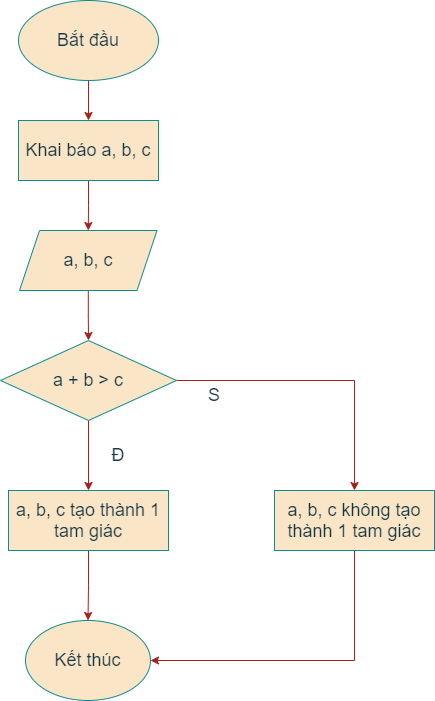
CorpseK/noobmaster69 keeps this draw.io diagram as lưu đồ bài 11.png. Above is the earlier version. Source tidied: cells renumbered, new cells last; positions are measured from the earlier drawing's top-left corner, leaving out a move shared by most shapes.
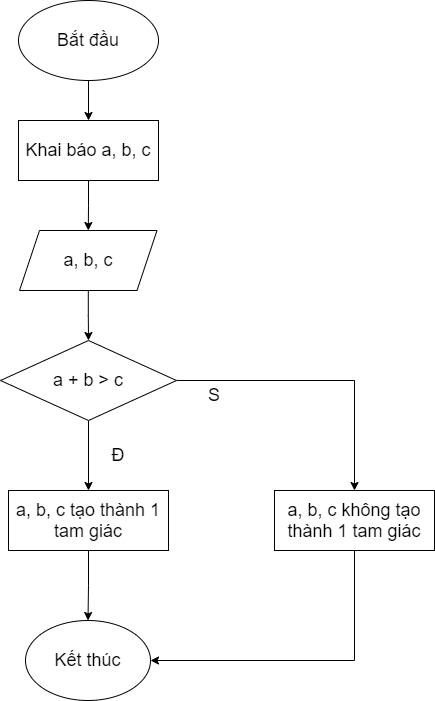
The same file after the commit.

Diff of the diagram source:
```diff
@@ -2,56 +2,56 @@
   <root>
     <mxCell id="0" />
     <mxCell id="1" parent="0" />
-    <mxCell id="2" style="edgeStyle=orthogonalEdgeStyle;rounded=0;jettySize=auto;html=1;fontSize=18;labelBackgroundColor=#DAD2D8;strokeColor=#A8201A;fontColor=#143642;" parent="1" edge="1" source="3" target="5">
+    <mxCell id="2" style="edgeStyle=orthogonalEdgeStyle;rounded=0;jettySize=auto;html=1;fontSize=18;" parent="1" edge="1" source="3" target="5">
       <mxGeometry relative="1" as="geometry" />
     </mxCell>
-    <mxCell id="3" value="&lt;font style=&quot;font-size: 18px&quot;&gt;Bắt đầu&lt;/font&gt;" style="ellipse;whiteSpace=wrap;html=1;fillColor=#FAE5C7;strokeColor=#0F8B8D;fontColor=#143642;" parent="1" vertex="1">
+    <mxCell id="3" value="&lt;font style=&quot;font-size: 18px&quot;&gt;Bắt đầu&lt;/font&gt;" style="ellipse;whiteSpace=wrap;html=1;" parent="1" vertex="1">
       <mxGeometry x="18" width="140" height="80" as="geometry" />
     </mxCell>
-    <mxCell id="4" style="edgeStyle=orthogonalEdgeStyle;rounded=0;jettySize=auto;html=1;fontSize=18;labelBackgroundColor=#DAD2D8;strokeColor=#A8201A;fontColor=#143642;" parent="1" edge="1" source="5" target="7">
+    <mxCell id="4" style="edgeStyle=orthogonalEdgeStyle;rounded=0;jettySize=auto;html=1;fontSize=18;" parent="1" edge="1" source="5" target="7">
       <mxGeometry relative="1" as="geometry" />
     </mxCell>
-    <mxCell id="5" value="Khai báo a, b, c" style="rounded=0;whiteSpace=wrap;html=1;fontSize=18;fillColor=#FAE5C7;strokeColor=#0F8B8D;fontColor=#143642;" parent="1" vertex="1">
+    <mxCell id="5" value="Khai báo a, b, c" style="rounded=0;whiteSpace=wrap;html=1;fontSize=18;" parent="1" vertex="1">
       <mxGeometry x="18" y="120" width="140" height="60" as="geometry" />
     </mxCell>
-    <mxCell id="6" style="edgeStyle=orthogonalEdgeStyle;rounded=0;jettySize=auto;html=1;fontSize=18;labelBackgroundColor=#DAD2D8;strokeColor=#A8201A;fontColor=#143642;" parent="1" edge="1" source="7" target="10">
+    <mxCell id="6" style="edgeStyle=orthogonalEdgeStyle;rounded=0;jettySize=auto;html=1;fontSize=18;" parent="1" edge="1" source="7" target="10">
       <mxGeometry relative="1" as="geometry" />
     </mxCell>
-    <mxCell id="7" value="a, b, c" style="shape=parallelogram;perimeter=parallelogramPerimeter;whiteSpace=wrap;html=1;fixedSize=1;fontSize=18;fillColor=#FAE5C7;strokeColor=#0F8B8D;fontColor=#143642;" parent="1" vertex="1">
+    <mxCell id="7" value="a, b, c" style="shape=parallelogram;perimeter=parallelogramPerimeter;whiteSpace=wrap;html=1;fixedSize=1;fontSize=18;" parent="1" vertex="1">
       <mxGeometry x="19" y="230" width="137.5" height="60" as="geometry" />
     </mxCell>
-    <mxCell id="8" style="edgeStyle=orthogonalEdgeStyle;rounded=0;jettySize=auto;html=1;fontSize=18;labelBackgroundColor=#DAD2D8;strokeColor=#A8201A;fontColor=#143642;" parent="1" edge="1" source="10" target="12">
+    <mxCell id="8" style="edgeStyle=orthogonalEdgeStyle;rounded=0;jettySize=auto;html=1;fontSize=18;" parent="1" edge="1" source="10" target="12">
       <mxGeometry relative="1" as="geometry" />
     </mxCell>
-    <mxCell id="9" style="edgeStyle=orthogonalEdgeStyle;rounded=0;jettySize=auto;html=1;entryX=0.5;entryY=0;entryDx=0;entryDy=0;fontSize=18;labelBackgroundColor=#DAD2D8;strokeColor=#A8201A;fontColor=#143642;" parent="1" edge="1" source="10" target="15">
+    <mxCell id="9" style="edgeStyle=orthogonalEdgeStyle;rounded=0;jettySize=auto;html=1;entryX=0.5;entryY=0;entryDx=0;entryDy=0;fontSize=18;" parent="1" edge="1" source="10" target="15">
       <mxGeometry relative="1" as="geometry" />
     </mxCell>
-    <mxCell id="10" value="a + b &amp;gt; c" style="rhombus;whiteSpace=wrap;html=1;fontSize=18;fillColor=#FAE5C7;strokeColor=#0F8B8D;fontColor=#143642;" parent="1" vertex="1">
+    <mxCell id="10" value="a + b &amp;gt; c" style="rhombus;whiteSpace=wrap;html=1;fontSize=18;" parent="1" vertex="1">
       <mxGeometry y="340" width="176" height="80" as="geometry" />
     </mxCell>
-    <mxCell id="11" style="edgeStyle=orthogonalEdgeStyle;rounded=0;jettySize=auto;html=1;entryX=0.5;entryY=0;entryDx=0;entryDy=0;fontSize=18;labelBackgroundColor=#DAD2D8;strokeColor=#A8201A;fontColor=#143642;" parent="1" edge="1" source="12" target="13">
+    <mxCell id="11" style="edgeStyle=orthogonalEdgeStyle;rounded=0;jettySize=auto;html=1;entryX=0.5;entryY=0;entryDx=0;entryDy=0;fontSize=18;" parent="1" edge="1" source="12" target="13">
       <mxGeometry relative="1" as="geometry" />
     </mxCell>
-    <mxCell id="12" value="a, b, c tạo thành 1 tam giác" style="rounded=0;whiteSpace=wrap;html=1;fontSize=18;fillColor=#FAE5C7;strokeColor=#0F8B8D;fontColor=#143642;" parent="1" vertex="1">
+    <mxCell id="12" value="a, b, c tạo thành 1 tam giác" style="rounded=0;whiteSpace=wrap;html=1;fontSize=18;" parent="1" vertex="1">
       <mxGeometry x="8" y="490" width="160" height="60" as="geometry" />
     </mxCell>
-    <mxCell id="13" value="Kết thúc" style="ellipse;whiteSpace=wrap;html=1;fontSize=18;fillColor=#FAE5C7;strokeColor=#0F8B8D;fontColor=#143642;" parent="1" vertex="1">
+    <mxCell id="13" value="Kết thúc" style="ellipse;whiteSpace=wrap;html=1;fontSize=18;" parent="1" vertex="1">
       <mxGeometry x="25" y="620" width="125" height="80" as="geometry" />
     </mxCell>
-    <mxCell id="14" style="edgeStyle=orthogonalEdgeStyle;rounded=0;jettySize=auto;html=1;fontSize=18;entryX=1;entryY=0.5;entryDx=0;entryDy=0;labelBackgroundColor=#DAD2D8;strokeColor=#A8201A;fontColor=#143642;" parent="1" edge="1" source="15" target="13">
+    <mxCell id="14" style="edgeStyle=orthogonalEdgeStyle;rounded=0;jettySize=auto;html=1;fontSize=18;entryX=1;entryY=0.5;entryDx=0;entryDy=0;" parent="1" edge="1" source="15" target="13">
       <mxGeometry relative="1" as="geometry">
         <Array as="points">
           <mxPoint x="354" y="660" />
         </Array>
       </mxGeometry>
     </mxCell>
-    <mxCell id="15" value="a, b, c không tạo thành 1 tam giác" style="rounded=0;whiteSpace=wrap;html=1;fontSize=18;fillColor=#FAE5C7;strokeColor=#0F8B8D;fontColor=#143642;" parent="1" vertex="1">
+    <mxCell id="15" value="a, b, c không tạo thành 1 tam giác" style="rounded=0;whiteSpace=wrap;html=1;fontSize=18;" parent="1" vertex="1">
       <mxGeometry x="274" y="490" width="160" height="60" as="geometry" />
     </mxCell>
-    <mxCell id="16" value="Đ" style="text;html=1;strokeColor=none;fillColor=none;align=center;verticalAlign=middle;whiteSpace=wrap;rounded=0;fontSize=18;fontColor=#143642;" parent="1" vertex="1">
+    <mxCell id="16" value="Đ" style="text;html=1;strokeColor=none;fillColor=none;align=center;verticalAlign=middle;whiteSpace=wrap;rounded=0;fontSize=18;" parent="1" vertex="1">
       <mxGeometry x="88" y="440" width="60" height="30" as="geometry" />
     </mxCell>
-    <mxCell id="17" value="S" style="text;html=1;strokeColor=none;fillColor=none;align=center;verticalAlign=middle;whiteSpace=wrap;rounded=0;fontSize=18;fontColor=#143642;" parent="1" vertex="1">
+    <mxCell id="17" value="S" style="text;html=1;strokeColor=none;fillColor=none;align=center;verticalAlign=middle;whiteSpace=wrap;rounded=0;fontSize=18;" parent="1" vertex="1">
       <mxGeometry x="184" y="380" width="60" height="30" as="geometry" />
     </mxCell>
   </root>
```
